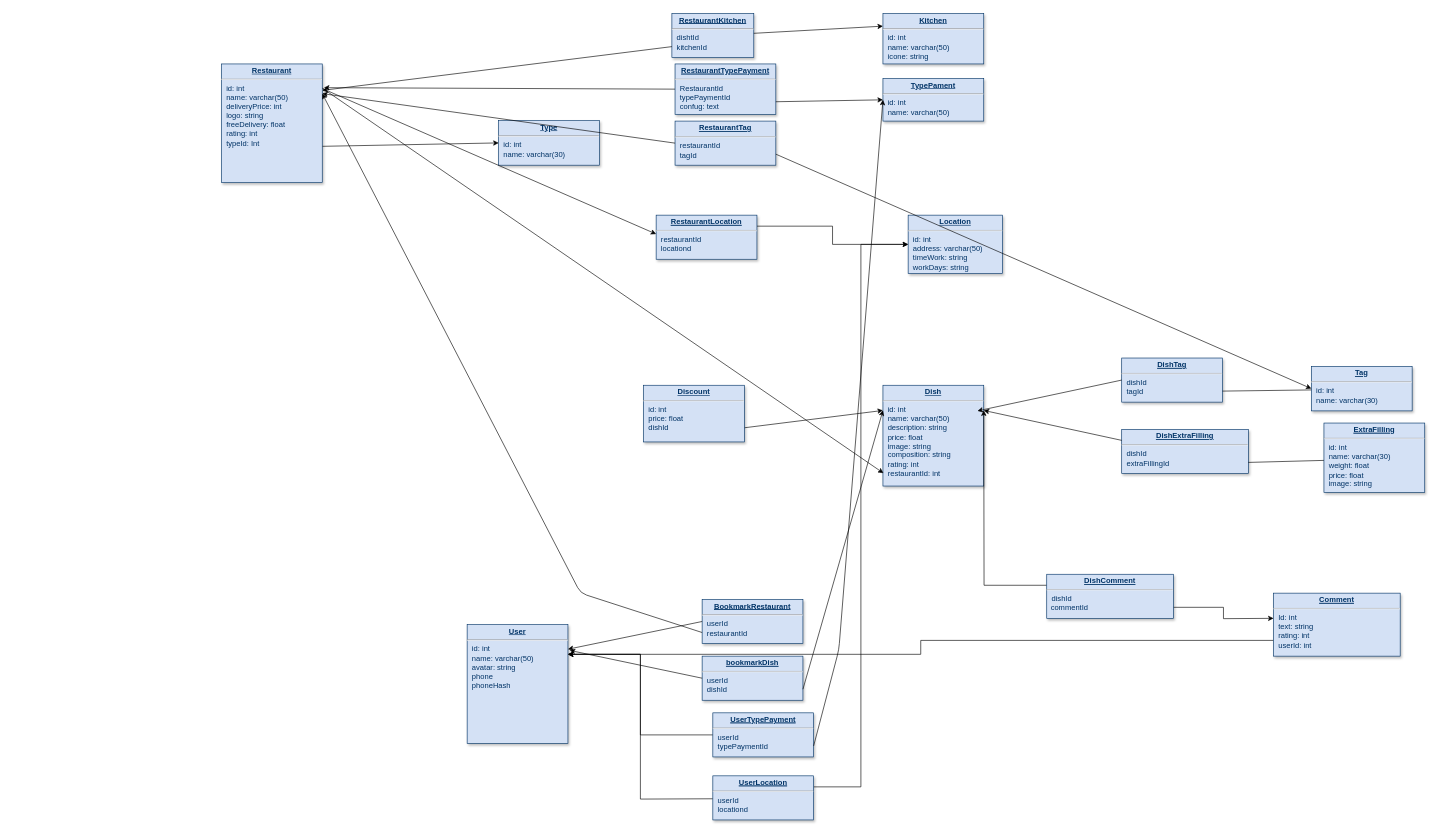
This is Untitled Diagram.drawio from YuraBobeshko/Food, a draw.io file, before an edit. Source tidied: cells renumbered, new cells numbered last; positions are measured from the earlier drawing's top-left corner, leaving out a move shared by most shapes. Both pictures are drawn from the tidied source at 63%, with x=0, y=0 at pixel (221, 13).
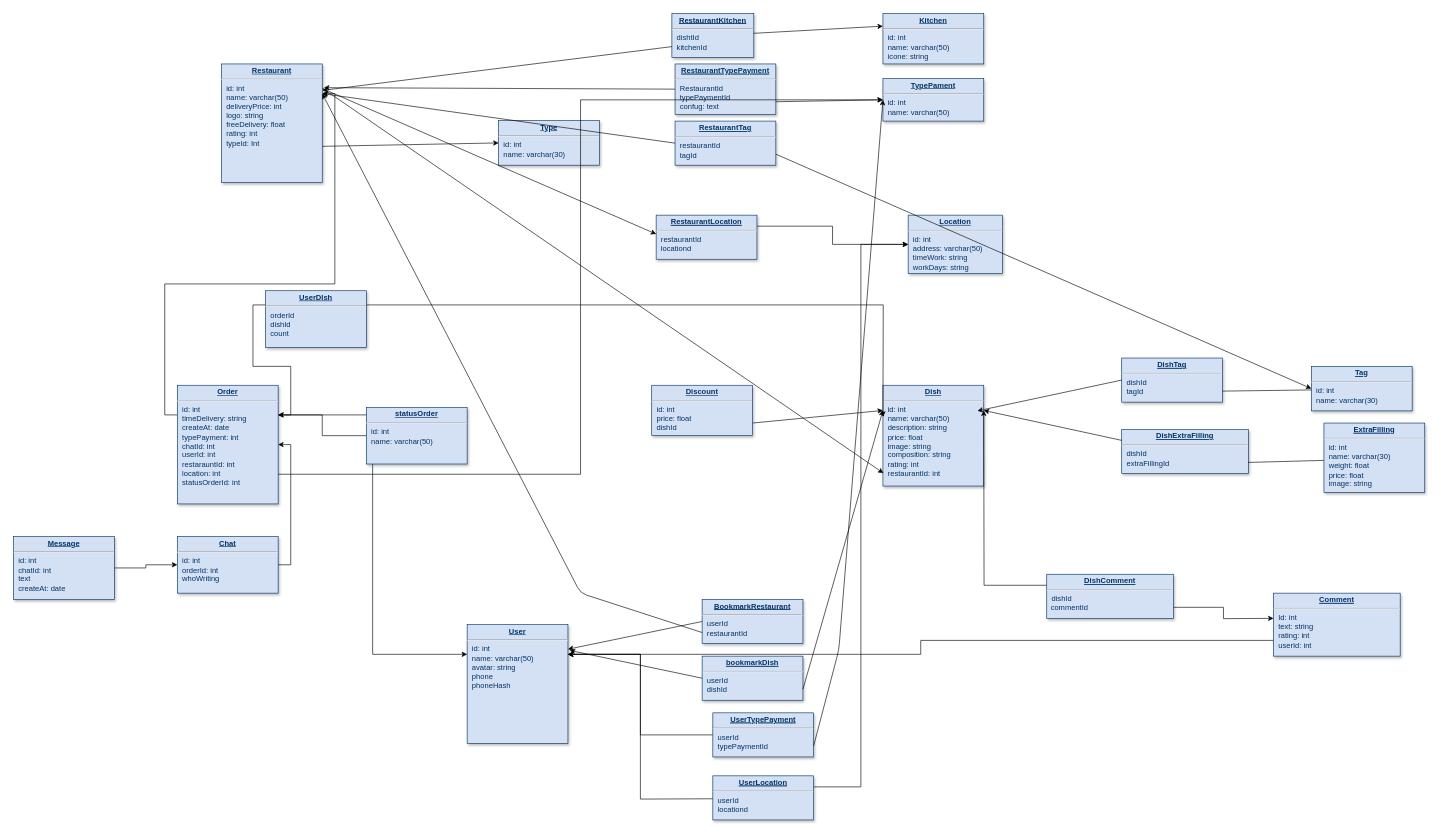
Above is the later version.

Unchanged cells that the change refers to:
```xml
<mxCell id="3" value="&lt;p style=&quot;margin: 4px 0px 0px ; text-align: center&quot;&gt;&lt;b&gt;&lt;u&gt;Restaurant&lt;/u&gt;&lt;/b&gt;&lt;br&gt;&lt;/p&gt;&lt;hr&gt;&lt;p style=&quot;margin: 0px ; margin-left: 8px&quot;&gt;id: int&lt;br&gt;name: varchar(50)&lt;br&gt;deliveryPrice: int&lt;br&gt;logo: string&lt;br&gt;freeDelivery: float&lt;br&gt;rating: int&lt;br&gt;typeId: Int&lt;br&gt;&lt;br&gt;&lt;br&gt;&lt;/p&gt;" style="verticalAlign=top;align=left;overflow=fill;fontSize=12;fontFamily=Helvetica;html=1;strokeColor=#003366;shadow=1;fillColor=#D4E1F5;fontColor=#003366;" parent="1" vertex="1">
  <mxGeometry y="80" width="160" height="188.4" as="geometry" />
</mxCell>
<mxCell id="7" value="&lt;p style=&quot;margin: 0px ; margin-top: 4px ; text-align: center ; text-decoration: underline&quot;&gt;&lt;strong&gt;TypePament&lt;/strong&gt;&lt;/p&gt;&lt;hr&gt;&lt;p style=&quot;margin: 0px ; margin-left: 8px&quot;&gt;id: int&lt;br&gt;name: varchar(50)&lt;br&gt;&lt;br&gt;&lt;/p&gt;" style="verticalAlign=top;align=left;overflow=fill;fontSize=12;fontFamily=Helvetica;html=1;strokeColor=#003366;shadow=1;fillColor=#D4E1F5;fontColor=#003366;" parent="1" vertex="1">
  <mxGeometry x="1050" y="103.2" width="160" height="67.5" as="geometry" />
</mxCell>
<mxCell id="29" value="&lt;p style=&quot;margin: 4px 0px 0px ; text-align: center&quot;&gt;&lt;b&gt;&lt;u&gt;User&lt;/u&gt;&lt;/b&gt;&lt;br&gt;&lt;/p&gt;&lt;hr&gt;&lt;p style=&quot;margin: 0px ; margin-left: 8px&quot;&gt;id: int&lt;br&gt;name: varchar(50)&lt;br&gt;avatar: string&lt;br&gt;phone&lt;br&gt;phoneHash&lt;br&gt;&lt;br&gt;&lt;br&gt;&lt;/p&gt;" style="verticalAlign=top;align=left;overflow=fill;fontSize=12;fontFamily=Helvetica;html=1;strokeColor=#003366;shadow=1;fillColor=#D4E1F5;fontColor=#003366;" parent="1" vertex="1">
  <mxGeometry x="390" y="970" width="160" height="188.4" as="geometry" />
</mxCell>
```

The edit, as a diff of the source:
```diff
@@
     <mxCell id="28" value="&lt;p style=&quot;margin: 4px 0px 0px ; text-align: center&quot;&gt;&lt;b&gt;&lt;u&gt;Discount&lt;/u&gt;&lt;/b&gt;&lt;br&gt;&lt;/p&gt;&lt;hr&gt;&lt;p style=&quot;margin: 0px ; margin-left: 8px&quot;&gt;id: int&lt;br&gt;price: float&lt;br&gt;dishId&lt;/p&gt;" style="verticalAlign=top;align=left;overflow=fill;fontSize=12;fontFamily=Helvetica;html=1;strokeColor=#003366;shadow=1;fillColor=#D4E1F5;fontColor=#003366;" parent="1" vertex="1">
-      <mxGeometry x="670" y="590" width="160" height="90" as="geometry" />
+      <mxGeometry x="683" y="590" width="160" height="80" as="geometry" />
     </mxCell>
@@
+    <mxCell id="57" style="edgeStyle=orthogonalEdgeStyle;rounded=0;jettySize=auto;html=1;exitX=1;exitY=0.25;exitDx=0;exitDy=0;entryX=0;entryY=0.25;entryDx=0;entryDy=0;" parent="1" edge="1" source="60" target="29">
+      <mxGeometry relative="1" as="geometry" />
+    </mxCell>
+    <mxCell id="58" style="edgeStyle=orthogonalEdgeStyle;rounded=0;jettySize=auto;html=1;exitX=0;exitY=0.25;exitDx=0;exitDy=0;entryX=1;entryY=0.25;entryDx=0;entryDy=0;" parent="1" edge="1" source="60" target="3">
+      <mxGeometry relative="1" as="geometry" />
+    </mxCell>
+    <mxCell id="59" style="edgeStyle=orthogonalEdgeStyle;rounded=0;jettySize=auto;html=1;exitX=1;exitY=0.75;exitDx=0;exitDy=0;entryX=0;entryY=0.5;entryDx=0;entryDy=0;" parent="1" edge="1" source="60" target="7">
+      <mxGeometry relative="1" as="geometry" />
+    </mxCell>
+    <mxCell id="60" value="&lt;p style=&quot;margin: 4px 0px 0px ; text-align: center&quot;&gt;&lt;b&gt;&lt;u&gt;Order&lt;/u&gt;&lt;/b&gt;&lt;br&gt;&lt;/p&gt;&lt;hr&gt;&lt;p style=&quot;margin: 0px ; margin-left: 8px&quot;&gt;id: int&lt;br&gt;timeDelivery: string&lt;br&gt;createAt: date&lt;br&gt;typePayment: int&lt;br&gt;chatId: int&lt;br&gt;userId: int&lt;br&gt;restarauntId: int&lt;br&gt;location: int&lt;br&gt;statusOrderId: int&lt;/p&gt;" style="verticalAlign=top;align=left;overflow=fill;fontSize=12;fontFamily=Helvetica;html=1;strokeColor=#003366;shadow=1;fillColor=#D4E1F5;fontColor=#003366;" parent="1" vertex="1">
+      <mxGeometry x="-70" y="590" width="160" height="188.4" as="geometry" />
+    </mxCell>
+    <mxCell id="61" style="edgeStyle=orthogonalEdgeStyle;rounded=0;jettySize=auto;html=1;exitX=0;exitY=0.25;exitDx=0;exitDy=0;entryX=1;entryY=0.25;entryDx=0;entryDy=0;" parent="1" edge="1" source="63" target="60">
+      <mxGeometry relative="1" as="geometry" />
+    </mxCell>
+    <mxCell id="62" style="edgeStyle=orthogonalEdgeStyle;rounded=0;jettySize=auto;html=1;exitX=1;exitY=0.25;exitDx=0;exitDy=0;" parent="1" edge="1" source="63">
+      <mxGeometry relative="1" as="geometry">
+        <mxPoint x="1050" y="640" as="targetPoint" />
+      </mxGeometry>
+    </mxCell>
+    <mxCell id="63" value="&lt;p style=&quot;margin: 4px 0px 0px ; text-align: center&quot;&gt;&lt;b&gt;&lt;u&gt;UserDIsh&lt;/u&gt;&lt;/b&gt;&lt;br&gt;&lt;/p&gt;&lt;hr&gt;&lt;p style=&quot;margin: 0px ; margin-left: 8px&quot;&gt;orderId&lt;br&gt;dishId&lt;br&gt;count&lt;/p&gt;" style="verticalAlign=top;align=left;overflow=fill;fontSize=12;fontFamily=Helvetica;html=1;strokeColor=#003366;shadow=1;fillColor=#D4E1F5;fontColor=#003366;" parent="1" vertex="1">
+      <mxGeometry x="70" y="440" width="160" height="90" as="geometry" />
+    </mxCell>
+    <mxCell id="64" style="edgeStyle=orthogonalEdgeStyle;rounded=0;jettySize=auto;html=1;exitX=0;exitY=0.5;exitDx=0;exitDy=0;entryX=1;entryY=0.25;entryDx=0;entryDy=0;" parent="1" edge="1" source="65" target="60">
+      <mxGeometry relative="1" as="geometry" />
+    </mxCell>
+    <mxCell id="65" value="&lt;p style=&quot;margin: 4px 0px 0px ; text-align: center&quot;&gt;&lt;b&gt;&lt;u&gt;statusOrder&lt;/u&gt;&lt;/b&gt;&lt;br&gt;&lt;/p&gt;&lt;hr&gt;&lt;p style=&quot;margin: 0px ; margin-left: 8px&quot;&gt;id: int&lt;br&gt;name: varchar(50)&lt;/p&gt;" style="verticalAlign=top;align=left;overflow=fill;fontSize=12;fontFamily=Helvetica;html=1;strokeColor=#003366;shadow=1;fillColor=#D4E1F5;fontColor=#003366;" parent="1" vertex="1">
+      <mxGeometry x="230" y="625" width="160" height="90" as="geometry" />
+    </mxCell>
+    <mxCell id="66" style="edgeStyle=orthogonalEdgeStyle;rounded=0;jettySize=auto;html=1;exitX=1;exitY=0.5;exitDx=0;exitDy=0;entryX=1;entryY=0.5;entryDx=0;entryDy=0;" parent="1" edge="1" source="67" target="60">
+      <mxGeometry relative="1" as="geometry" />
+    </mxCell>
+    <mxCell id="67" value="&lt;p style=&quot;margin: 4px 0px 0px ; text-align: center&quot;&gt;&lt;b&gt;&lt;u&gt;Chat&lt;/u&gt;&lt;/b&gt;&lt;br&gt;&lt;/p&gt;&lt;hr&gt;&lt;p style=&quot;margin: 0px ; margin-left: 8px&quot;&gt;id: int&lt;br&gt;orderId: int&lt;br&gt;whoWriting&lt;br&gt;&lt;br&gt;&lt;/p&gt;" style="verticalAlign=top;align=left;overflow=fill;fontSize=12;fontFamily=Helvetica;html=1;strokeColor=#003366;shadow=1;fillColor=#D4E1F5;fontColor=#003366;" parent="1" vertex="1">
+      <mxGeometry x="-70" y="830" width="160" height="90" as="geometry" />
+    </mxCell>
+    <mxCell id="68" style="edgeStyle=orthogonalEdgeStyle;rounded=0;jettySize=auto;html=1;exitX=1;exitY=0.5;exitDx=0;exitDy=0;entryX=0;entryY=0.5;entryDx=0;entryDy=0;" parent="1" edge="1" source="69" target="67">
+      <mxGeometry relative="1" as="geometry" />
+    </mxCell>
+    <mxCell id="69" value="&lt;p style=&quot;margin: 4px 0px 0px ; text-align: center&quot;&gt;&lt;b&gt;&lt;u&gt;Message&lt;/u&gt;&lt;/b&gt;&lt;br&gt;&lt;/p&gt;&lt;hr&gt;&lt;p style=&quot;margin: 0px ; margin-left: 8px&quot;&gt;id: int&lt;br&gt;chatId: int&lt;br&gt;text&lt;br&gt;createAt: date&lt;br&gt;&lt;br&gt;&lt;/p&gt;" style="verticalAlign=top;align=left;overflow=fill;fontSize=12;fontFamily=Helvetica;html=1;strokeColor=#003366;shadow=1;fillColor=#D4E1F5;fontColor=#003366;" parent="1" vertex="1">
+      <mxGeometry x="-330" y="830" width="160" height="100" as="geometry" />
+    </mxCell>
```
